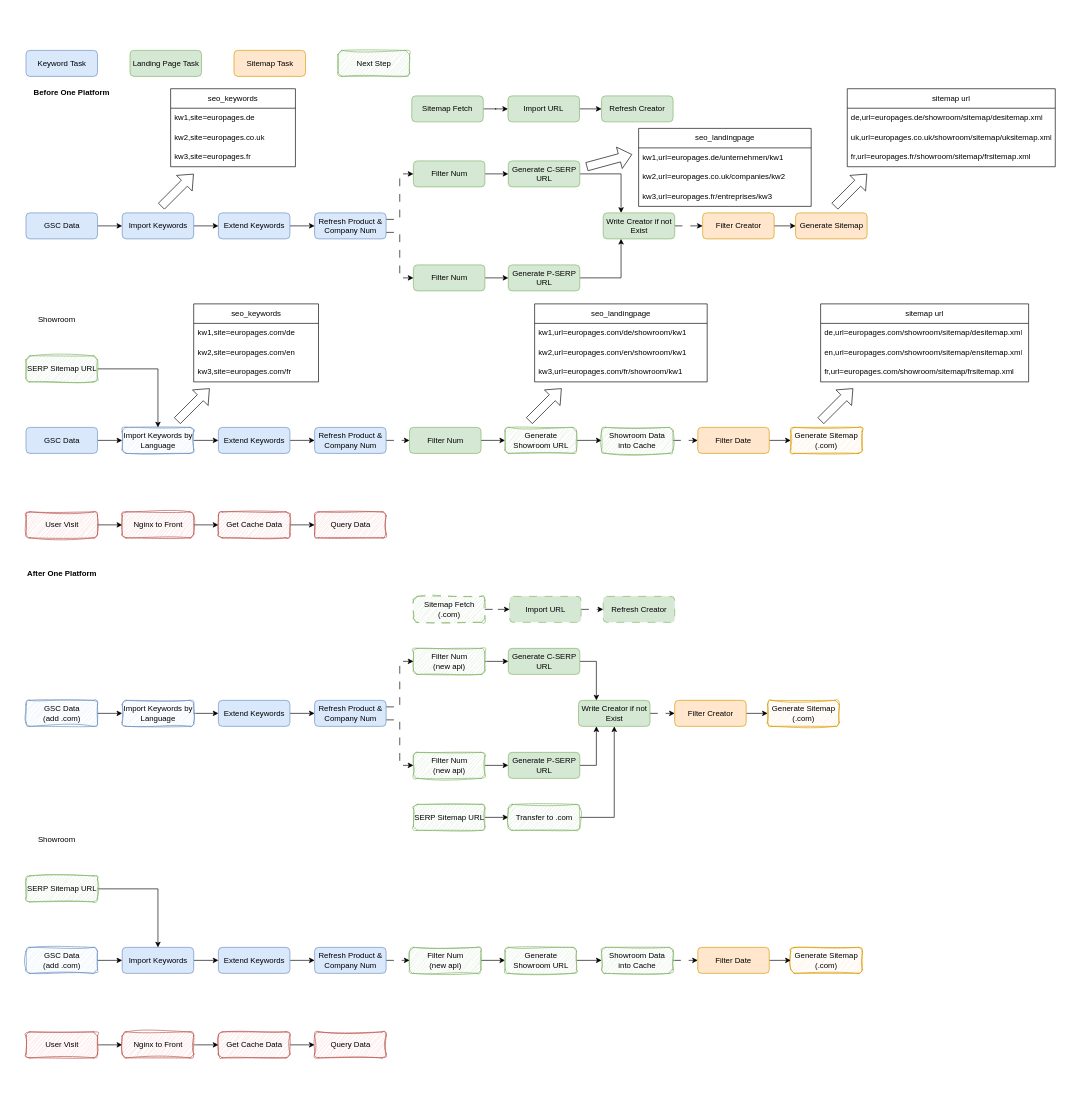
Earlier version of the draw.io diagram drawio/ep_sitemap.drawio (VisableHarry/seo-drawio). Source tidied: cells renumbered, new cells numbered last; positions are measured from the earlier drawing's top-left corner, leaving out a move shared by most shapes. Both pictures are drawn from the tidied source at 65%, with x=0, y=0 at pixel (21, 50).
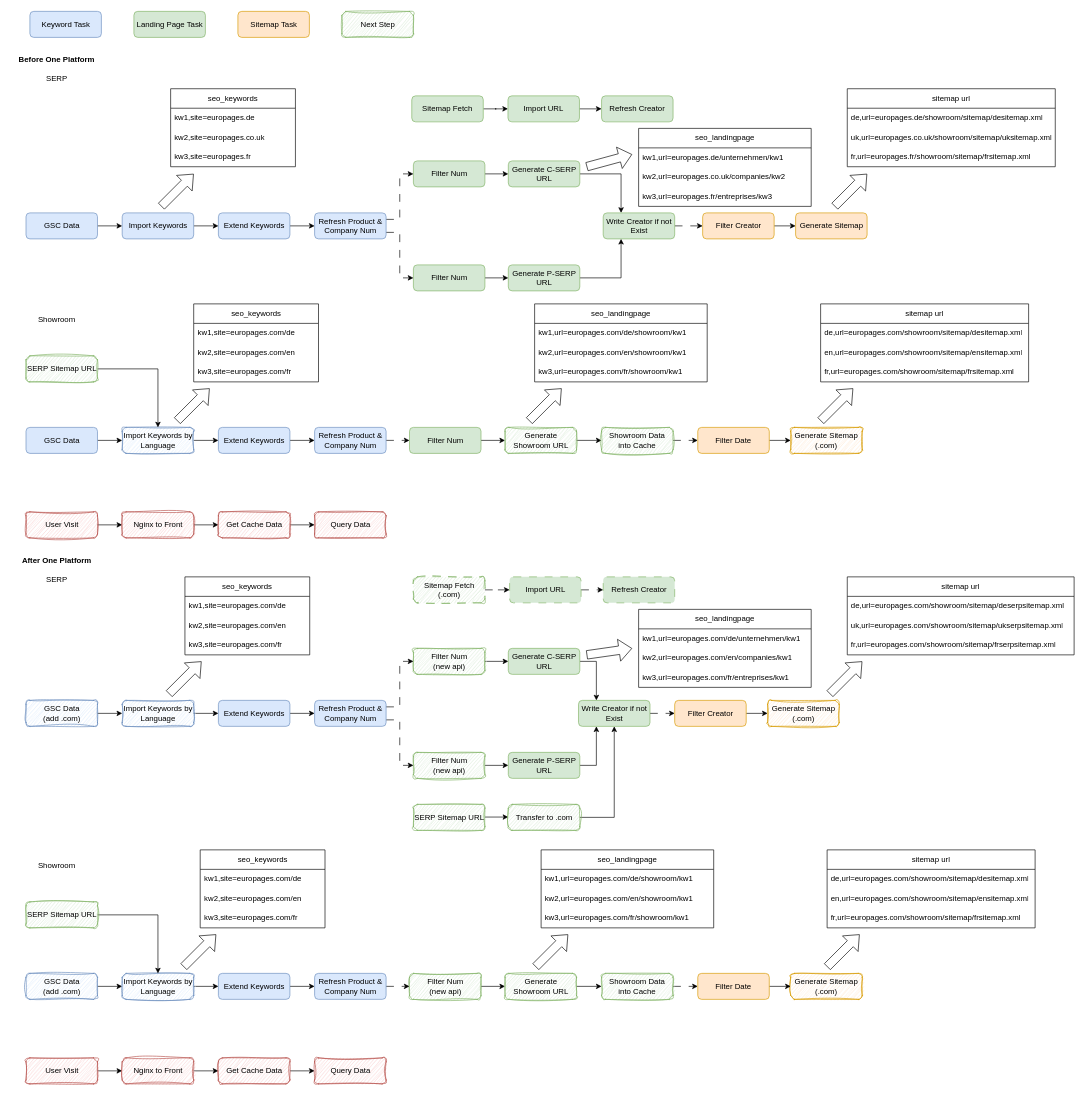
After the change.

Unchanged cells that the change refers to:
```xml
<mxCell id="61" value="SERP Sitemap URL" style="rounded=1;whiteSpace=wrap;html=1;fillColor=#d5e8d4;strokeColor=#82b366;sketch=1;curveFitting=1;jiggle=2;" parent="1" vertex="1">
  <mxGeometry x="603.5" y="1160" width="110" height="40" as="geometry" />
</mxCell>
<mxCell id="63" value="Transfer to .com" style="rounded=1;whiteSpace=wrap;html=1;fillColor=#d5e8d4;strokeColor=#82b366;sketch=1;curveFitting=1;jiggle=2;" parent="1" vertex="1">
  <mxGeometry x="749.5" y="1160" width="110" height="40" as="geometry" />
</mxCell>
```

What changed in the source:
```diff
@@
     <mxCell id="23" value="Keyword Task" style="rounded=1;whiteSpace=wrap;html=1;fillColor=#dae8fc;strokeColor=#6c8ebf;" parent="1" vertex="1">
-      <mxGeometry x="7.5" width="110" height="40" as="geometry" />
+      <mxGeometry x="13.5" y="-60" width="110" height="40" as="geometry" />
     </mxCell>
     <mxCell id="24" value="Landing Page Task" style="rounded=1;whiteSpace=wrap;html=1;fillColor=#d5e8d4;strokeColor=#82b366;" parent="1" vertex="1">
-      <mxGeometry x="167.5" width="110" height="40" as="geometry" />
+      <mxGeometry x="173.5" y="-60" width="110" height="40" as="geometry" />
     </mxCell>
     <mxCell id="25" value="Sitemap Task" style="rounded=1;whiteSpace=wrap;html=1;fillColor=#ffe6cc;strokeColor=#d79b00;" parent="1" vertex="1">
-      <mxGeometry x="327.5" width="110" height="40" as="geometry" />
+      <mxGeometry x="333.5" y="-60" width="110" height="40" as="geometry" />
     </mxCell>
@@
     <mxCell id="29" value="Next Step" style="rounded=1;whiteSpace=wrap;html=1;fillColor=#d5e8d4;strokeColor=#82b366;sketch=1;curveFitting=1;jiggle=2;" parent="1" vertex="1">
-      <mxGeometry x="487.5" width="110" height="40" as="geometry" />
+      <mxGeometry x="493.5" y="-60" width="110" height="40" as="geometry" />
     </mxCell>
@@
     <mxCell id="33" value="After One Platform" style="text;html=1;align=center;verticalAlign=middle;whiteSpace=wrap;rounded=0;fontStyle=1;" parent="1" vertex="1">
-      <mxGeometry x="7.5" y="790" width="110" height="30" as="geometry" />
+      <mxGeometry y="770" width="110" height="30" as="geometry" />
     </mxCell>
@@
     <mxCell id="48" value="Sitemap Fetch&lt;div&gt;(.com)&lt;/div&gt;" style="rounded=1;whiteSpace=wrap;html=1;fillColor=#d5e8d4;strokeColor=#82b366;sketch=1;curveFitting=1;jiggle=2;dashed=1;dashPattern=12 12;" parent="1" vertex="1">
-      <mxGeometry x="603.5" y="840" width="110" height="40" as="geometry" />
+      <mxGeometry x="603.5" y="810" width="110" height="40" as="geometry" />
     </mxCell>
@@
     <mxCell id="53" value="Import URL" style="rounded=1;whiteSpace=wrap;html=1;fillColor=#d5e8d4;strokeColor=#82b366;dashed=1;dashPattern=12 12;" parent="1" vertex="1">
-      <mxGeometry x="751.5" y="840" width="110" height="40" as="geometry" />
+      <mxGeometry x="751.5" y="810" width="110" height="40" as="geometry" />
     </mxCell>
     <mxCell id="54" value="Refresh Creator" style="rounded=1;whiteSpace=wrap;html=1;fillColor=#d5e8d4;strokeColor=#82b366;dashed=1;dashPattern=12 12;" parent="1" vertex="1">
-      <mxGeometry x="895.5" y="840" width="110" height="40" as="geometry" />
+      <mxGeometry x="895.5" y="810" width="110" height="40" as="geometry" />
     </mxCell>
@@
-    <mxCell id="60" style="edgeStyle=orthogonalEdgeStyle;rounded=0;jettySize=auto;html=1;exitX=1;exitY=0.5;exitDx=0;exitDy=0;entryX=0;entryY=0.5;entryDx=0;entryDy=0;" parent="1" edge="1" source="61" target="63">
-      <mxGeometry relative="1" as="geometry" />
+    <mxCell id="60" style="edgeStyle=orthogonalEdgeStyle;rounded=0;orthogonalLoop=1;jettySize=auto;html=1;exitX=1;exitY=0.5;exitDx=0;exitDy=0;entryX=0;entryY=0.5;entryDx=0;entryDy=0;" parent="1" edge="1">
+      <mxGeometry relative="1" as="geometry">
+        <mxPoint x="713.5" y="1179.5" as="sourcePoint" />
+        <mxPoint x="749.5" y="1179.5" as="targetPoint" />
+      </mxGeometry>
     </mxCell>
@@
     <mxCell id="64" value="Showroom" style="text;html=1;align=center;verticalAlign=middle;whiteSpace=wrap;rounded=0;" parent="1" vertex="1">
-      <mxGeometry y="1200" width="110" height="30" as="geometry" />
+      <mxGeometry y="1240" width="110" height="30" as="geometry" />
     </mxCell>
@@
     <mxCell id="66" value="GSC Data&lt;div&gt;(add .com)&lt;/div&gt;" style="rounded=1;whiteSpace=wrap;html=1;fillColor=#dae8fc;strokeColor=#6c8ebf;sketch=1;curveFitting=1;jiggle=2;" parent="1" vertex="1">
-      <mxGeometry x="7.5" y="1380" width="110" height="40" as="geometry" />
+      <mxGeometry x="7.5" y="1420" width="110" height="40" as="geometry" />
     </mxCell>
@@
-    <mxCell id="68" value="Import Keywords" style="rounded=1;whiteSpace=wrap;html=1;fillColor=#dae8fc;strokeColor=#6c8ebf;" parent="1" vertex="1">
-      <mxGeometry x="155.5" y="1380" width="110" height="40" as="geometry" />
+    <mxCell id="68" value="Import Keywords by Language" style="rounded=1;whiteSpace=wrap;html=1;fillColor=#dae8fc;strokeColor=#6c8ebf;sketch=1;curveFitting=1;jiggle=2;" parent="1" vertex="1">
+      <mxGeometry x="155.5" y="1420" width="110" height="40" as="geometry" />
     </mxCell>
@@
     <mxCell id="70" value="Extend Keywords" style="rounded=1;whiteSpace=wrap;html=1;fillColor=#dae8fc;strokeColor=#6c8ebf;" parent="1" vertex="1">
-      <mxGeometry x="303.5" y="1380" width="110" height="40" as="geometry" />
+      <mxGeometry x="303.5" y="1420" width="110" height="40" as="geometry" />
     </mxCell>
@@
     <mxCell id="72" value="Filter Num&lt;div&gt;(new api)&lt;/div&gt;" style="rounded=1;whiteSpace=wrap;html=1;fillColor=#d5e8d4;strokeColor=#82b366;sketch=1;curveFitting=1;jiggle=2;" parent="1" vertex="1">
-      <mxGeometry x="597.5" y="1380" width="110" height="40" as="geometry" />
+      <mxGeometry x="597.5" y="1420" width="110" height="40" as="geometry" />
     </mxCell>
@@
     <mxCell id="74" value="Generate Showroom URL" style="rounded=1;whiteSpace=wrap;html=1;fillColor=#d5e8d4;strokeColor=#82b366;sketch=1;curveFitting=1;jiggle=2;" parent="1" vertex="1">
-      <mxGeometry x="744.5" y="1380" width="110" height="40" as="geometry" />
+      <mxGeometry x="744.5" y="1420" width="110" height="40" as="geometry" />
     </mxCell>
@@
     <mxCell id="76" value="Showroom Data into Cache" style="rounded=1;whiteSpace=wrap;html=1;fillColor=#d5e8d4;strokeColor=#82b366;sketch=1;curveFitting=1;jiggle=2;" parent="1" vertex="1">
-      <mxGeometry x="893" y="1380" width="110" height="40" as="geometry" />
+      <mxGeometry x="893" y="1420" width="110" height="40" as="geometry" />
     </mxCell>
     <mxCell id="77" value="Generate Sitemap&lt;div&gt;(.com)&lt;/div&gt;" style="rounded=1;whiteSpace=wrap;html=1;fillColor=#ffe6cc;strokeColor=#d79b00;sketch=1;curveFitting=1;jiggle=2;" parent="1" vertex="1">
-      <mxGeometry x="1184" y="1380" width="110" height="40" as="geometry" />
+      <mxGeometry x="1184" y="1420" width="110" height="40" as="geometry" />
     </mxCell>
@@
     <mxCell id="79" value="Filter Date" style="rounded=1;whiteSpace=wrap;html=1;fillColor=#ffe6cc;strokeColor=#d79b00;" parent="1" vertex="1">
-      <mxGeometry x="1041" y="1380" width="110" height="40" as="geometry" />
+      <mxGeometry x="1041" y="1420" width="110" height="40" as="geometry" />
     </mxCell>
@@
     <mxCell id="81" value="Refresh Product &amp;amp; Company Num" style="rounded=1;whiteSpace=wrap;html=1;fillColor=#dae8fc;strokeColor=#6c8ebf;" parent="1" vertex="1">
-      <mxGeometry x="451.5" y="1380" width="110" height="40" as="geometry" />
+      <mxGeometry x="451.5" y="1420" width="110" height="40" as="geometry" />
     </mxCell>
@@
     <mxCell id="83" value="SERP Sitemap URL" style="rounded=1;whiteSpace=wrap;html=1;fillColor=#d5e8d4;strokeColor=#82b366;sketch=1;curveFitting=1;jiggle=2;" parent="1" vertex="1">
-      <mxGeometry x="7.5" y="1270" width="110" height="40" as="geometry" />
+      <mxGeometry x="7.5" y="1310" width="110" height="40" as="geometry" />
     </mxCell>
@@
     <mxCell id="85" value="User Visit" style="rounded=1;whiteSpace=wrap;html=1;fillColor=#f8cecc;strokeColor=#b85450;sketch=1;curveFitting=1;jiggle=2;" parent="1" vertex="1">
-      <mxGeometry x="7.5" y="1510" width="110" height="40" as="geometry" />
+      <mxGeometry x="7.5" y="1550" width="110" height="40" as="geometry" />
     </mxCell>
     <mxCell id="86" style="edgeStyle=orthogonalEdgeStyle;rounded=0;jettySize=auto;html=1;exitX=1;exitY=0.5;exitDx=0;exitDy=0;entryX=0;entryY=0.5;entryDx=0;entryDy=0;" parent="1" edge="1" source="87">
       <mxGeometry relative="1" as="geometry">
-        <mxPoint x="303.5" y="1530" as="targetPoint" />
+        <mxPoint x="303.5" y="1570" as="targetPoint" />
       </mxGeometry>
     </mxCell>
     <mxCell id="87" value="Nginx to Front" style="rounded=1;whiteSpace=wrap;html=1;fillColor=#f8cecc;strokeColor=#b85450;sketch=1;curveFitting=1;jiggle=2;" parent="1" vertex="1">
-      <mxGeometry x="155.5" y="1510" width="110" height="40" as="geometry" />
+      <mxGeometry x="155.5" y="1550" width="110" height="40" as="geometry" />
     </mxCell>
@@
     <mxCell id="115" value="Before One Platform" style="text;html=1;align=center;verticalAlign=middle;whiteSpace=wrap;rounded=0;fontStyle=1;" parent="1" vertex="1">
-      <mxGeometry x="7.5" y="50" width="140" height="30" as="geometry" />
+      <mxGeometry x="-15" y="-1" width="140" height="30" as="geometry" />
     </mxCell>
@@
     <mxCell id="117" value="Get Cache Data" style="rounded=1;whiteSpace=wrap;html=1;fillColor=#f8cecc;strokeColor=#b85450;sketch=1;curveFitting=1;jiggle=2;" parent="1" vertex="1">
-      <mxGeometry x="303.5" y="1510" width="110" height="40" as="geometry" />
+      <mxGeometry x="303.5" y="1550" width="110" height="40" as="geometry" />
     </mxCell>
     <mxCell id="118" value="Query Data" style="rounded=1;whiteSpace=wrap;html=1;fillColor=#f8cecc;strokeColor=#b85450;sketch=1;curveFitting=1;jiggle=2;" parent="1" vertex="1">
-      <mxGeometry x="451.5" y="1510" width="110" height="40" as="geometry" />
+      <mxGeometry x="451.5" y="1550" width="110" height="40" as="geometry" />
     </mxCell>
@@
+    <mxCell id="150" value="seo_keywords" style="swimlane;fontStyle=0;horizontal=1;startSize=30;whiteSpace=wrap;html=1;" parent="1" vertex="1">
+      <mxGeometry x="252" y="810" width="192" height="120" as="geometry" />
+    </mxCell>
+    <mxCell id="151" value="kw1,site=europages.com/de" style="text;strokeColor=none;fillColor=none;align=left;verticalAlign=middle;spacingLeft=4;spacingRight=4;overflow=hidden;whiteSpace=wrap;html=1;" parent="150" vertex="1">
+      <mxGeometry y="30" width="192" height="30" as="geometry" />
+    </mxCell>
+    <mxCell id="152" value="kw2,site=europages.com/en" style="text;strokeColor=none;fillColor=none;align=left;verticalAlign=middle;spacingLeft=4;spacingRight=4;overflow=hidden;whiteSpace=wrap;html=1;" parent="150" vertex="1">
+      <mxGeometry y="60" width="192" height="30" as="geometry" />
+    </mxCell>
+    <mxCell id="153" value="kw3,site=europages.com/fr" style="text;strokeColor=none;fillColor=none;align=left;verticalAlign=middle;spacingLeft=4;spacingRight=4;overflow=hidden;whiteSpace=wrap;html=1;" parent="150" vertex="1">
+      <mxGeometry y="90" width="192" height="30" as="geometry" />
+    </mxCell>
+    <mxCell id="154" style="shape=flexArrow;endArrow=classic;html=1;rounded=0;width=13;endSize=6.27;" parent="1" edge="1">
+      <mxGeometry relative="1" as="geometry">
+        <mxPoint x="227.5" y="990" as="sourcePoint" />
+        <mxPoint x="277.5" y="940" as="targetPoint" />
+      </mxGeometry>
+    </mxCell>
+    <mxCell id="155" value="seo_landingpage" style="swimlane;fontStyle=0;horizontal=1;startSize=30;whiteSpace=wrap;html=1;" parent="1" vertex="1">
+      <mxGeometry x="950" y="860" width="265.5" height="120" as="geometry" />
+    </mxCell>
+    <mxCell id="156" value="kw1,url=europages.com/de/unternehmen/kw1" style="text;strokeColor=none;fillColor=none;align=left;verticalAlign=middle;spacingLeft=4;spacingRight=4;overflow=hidden;whiteSpace=wrap;html=1;" parent="155" vertex="1">
+      <mxGeometry y="30" width="265.5" height="30" as="geometry" />
+    </mxCell>
+    <mxCell id="157" value="kw2,url=europages.com/en/companies/kw1" style="text;strokeColor=none;fillColor=none;align=left;verticalAlign=middle;spacingLeft=4;spacingRight=4;overflow=hidden;whiteSpace=wrap;html=1;" parent="155" vertex="1">
+      <mxGeometry y="60" width="265.5" height="30" as="geometry" />
+    </mxCell>
+    <mxCell id="158" value="kw3,url=europages.com/fr/entreprises/kw1" style="text;strokeColor=none;fillColor=none;align=left;verticalAlign=middle;spacingLeft=4;spacingRight=4;overflow=hidden;whiteSpace=wrap;html=1;" parent="155" vertex="1">
+      <mxGeometry y="90" width="265.5" height="30" as="geometry" />
+    </mxCell>
+    <mxCell id="159" style="shape=flexArrow;endArrow=classic;html=1;rounded=0;width=13;endSize=6.27;" parent="1" edge="1">
+      <mxGeometry relative="1" as="geometry">
+        <mxPoint x="870" y="930" as="sourcePoint" />
+        <mxPoint x="940" y="920" as="targetPoint" />
+      </mxGeometry>
+    </mxCell>
+    <mxCell id="160" value="sitemap url" style="swimlane;fontStyle=0;horizontal=1;startSize=30;whiteSpace=wrap;html=1;" parent="1" vertex="1">
+      <mxGeometry x="1271" y="810" width="349" height="120" as="geometry" />
+    </mxCell>
+    <mxCell id="161" value="de,url=europages.com/showroom/sitemap/deserpsitemap.xml" style="text;strokeColor=none;fillColor=none;align=left;verticalAlign=middle;spacingLeft=4;spacingRight=4;overflow=hidden;whiteSpace=wrap;html=1;" parent="160" vertex="1">
+      <mxGeometry y="30" width="349" height="30" as="geometry" />
+    </mxCell>
+    <mxCell id="162" value="uk,url=europages.com/showroom/sitemap/ukserpsitemap.xml" style="text;strokeColor=none;fillColor=none;align=left;verticalAlign=middle;spacingLeft=4;spacingRight=4;overflow=hidden;whiteSpace=wrap;html=1;" parent="160" vertex="1">
+      <mxGeometry y="60" width="349" height="30" as="geometry" />
+    </mxCell>
+    <mxCell id="163" value="fr,url=europages.com/showroom/sitemap/frserpsitemap.xml" style="text;strokeColor=none;fillColor=none;align=left;verticalAlign=middle;spacingLeft=4;spacingRight=4;overflow=hidden;whiteSpace=wrap;html=1;" parent="160" vertex="1">
+      <mxGeometry y="90" width="349" height="30" as="geometry" />
+    </mxCell>
+    <mxCell id="164" style="shape=flexArrow;endArrow=classic;html=1;rounded=0;width=13;endSize=6.27;" parent="1" edge="1">
+      <mxGeometry relative="1" as="geometry">
+        <mxPoint x="1244" y="990" as="sourcePoint" />
+        <mxPoint x="1294" y="940" as="targetPoint" />
+      </mxGeometry>
+    </mxCell>
+    <mxCell id="165" value="seo_keywords" style="swimlane;fontStyle=0;horizontal=1;startSize=30;whiteSpace=wrap;html=1;" parent="1" vertex="1">
+      <mxGeometry x="275.5" y="1230" width="192" height="120" as="geometry" />
+    </mxCell>
+    <mxCell id="166" value="kw1,site=europages.com/de" style="text;strokeColor=none;fillColor=none;align=left;verticalAlign=middle;spacingLeft=4;spacingRight=4;overflow=hidden;whiteSpace=wrap;html=1;" parent="165" vertex="1">
+      <mxGeometry y="30" width="192" height="30" as="geometry" />
+    </mxCell>
+    <mxCell id="167" value="kw2,site=europages.com/en" style="text;strokeColor=none;fillColor=none;align=left;verticalAlign=middle;spacingLeft=4;spacingRight=4;overflow=hidden;whiteSpace=wrap;html=1;" parent="165" vertex="1">
+      <mxGeometry y="60" width="192" height="30" as="geometry" />
+    </mxCell>
+    <mxCell id="168" value="kw3,site=europages.com/fr" style="text;strokeColor=none;fillColor=none;align=left;verticalAlign=middle;spacingLeft=4;spacingRight=4;overflow=hidden;whiteSpace=wrap;html=1;" parent="165" vertex="1">
+      <mxGeometry y="90" width="192" height="30" as="geometry" />
+    </mxCell>
+    <mxCell id="169" style="shape=flexArrow;endArrow=classic;html=1;rounded=0;width=13;endSize=6.27;" parent="1" edge="1">
+      <mxGeometry relative="1" as="geometry">
+        <mxPoint x="250" y="1410" as="sourcePoint" />
+        <mxPoint x="300" y="1360" as="targetPoint" />
+      </mxGeometry>
+    </mxCell>
+    <mxCell id="170" value="seo_landingpage" style="swimlane;fontStyle=0;horizontal=1;startSize=30;whiteSpace=wrap;html=1;" parent="1" vertex="1">
+      <mxGeometry x="800" y="1230" width="265.5" height="120" as="geometry" />
+    </mxCell>
+    <mxCell id="171" value="kw1,url=europages.com/de/showroom/kw1" style="text;strokeColor=none;fillColor=none;align=left;verticalAlign=middle;spacingLeft=4;spacingRight=4;overflow=hidden;whiteSpace=wrap;html=1;" parent="170" vertex="1">
+      <mxGeometry y="30" width="265.5" height="30" as="geometry" />
+    </mxCell>
+    <mxCell id="172" value="kw2,url=europages.com/en/showroom/kw1" style="text;strokeColor=none;fillColor=none;align=left;verticalAlign=middle;spacingLeft=4;spacingRight=4;overflow=hidden;whiteSpace=wrap;html=1;" parent="170" vertex="1">
+      <mxGeometry y="60" width="265.5" height="30" as="geometry" />
+    </mxCell>
+    <mxCell id="173" value="kw3,url=europages.com/fr/showroom/kw1" style="text;strokeColor=none;fillColor=none;align=left;verticalAlign=middle;spacingLeft=4;spacingRight=4;overflow=hidden;whiteSpace=wrap;html=1;" parent="170" vertex="1">
+      <mxGeometry y="90" width="265.5" height="30" as="geometry" />
+    </mxCell>
+    <mxCell id="174" style="shape=flexArrow;endArrow=classic;html=1;rounded=0;width=13;endSize=6.27;" parent="1" edge="1">
+      <mxGeometry relative="1" as="geometry">
+        <mxPoint x="791.5" y="1410" as="sourcePoint" />
+        <mxPoint x="841.5" y="1360" as="targetPoint" />
+      </mxGeometry>
+    </mxCell>
+    <mxCell id="175" value="sitemap url" style="swimlane;fontStyle=0;horizontal=1;startSize=30;whiteSpace=wrap;html=1;" parent="1" vertex="1">
+      <mxGeometry x="1240" y="1230" width="320" height="120" as="geometry" />
+    </mxCell>
+    <mxCell id="176" value="de,url=europages.com/showroom/sitemap/desitemap.xml" style="text;strokeColor=none;fillColor=none;align=left;verticalAlign=middle;spacingLeft=4;spacingRight=4;overflow=hidden;whiteSpace=wrap;html=1;" parent="175" vertex="1">
+      <mxGeometry y="30" width="320" height="30" as="geometry" />
+    </mxCell>
+    <mxCell id="177" value="en,url=europages.com/showroom/sitemap/ensitemap.xml" style="text;strokeColor=none;fillColor=none;align=left;verticalAlign=middle;spacingLeft=4;spacingRight=4;overflow=hidden;whiteSpace=wrap;html=1;" parent="175" vertex="1">
+      <mxGeometry y="60" width="320" height="30" as="geometry" />
+    </mxCell>
+    <mxCell id="178" value="fr,url=europages.com/showroom/sitemap/frsitemap.xml" style="text;strokeColor=none;fillColor=none;align=left;verticalAlign=middle;spacingLeft=4;spacingRight=4;overflow=hidden;whiteSpace=wrap;html=1;" parent="175" vertex="1">
+      <mxGeometry y="90" width="320" height="30" as="geometry" />
+    </mxCell>
+    <mxCell id="179" style="shape=flexArrow;endArrow=classic;html=1;rounded=0;width=13;endSize=6.27;" parent="1" edge="1">
+      <mxGeometry relative="1" as="geometry">
+        <mxPoint x="1240" y="1410" as="sourcePoint" />
+        <mxPoint x="1290" y="1360" as="targetPoint" />
+      </mxGeometry>
+    </mxCell>
+    <mxCell id="180" value="SERP" style="text;html=1;align=center;verticalAlign=middle;whiteSpace=wrap;rounded=0;" parent="1" vertex="1">
+      <mxGeometry y="29" width="110" height="30" as="geometry" />
+    </mxCell>
+    <mxCell id="181" value="SERP" style="text;html=1;align=center;verticalAlign=middle;whiteSpace=wrap;rounded=0;" parent="1" vertex="1">
+      <mxGeometry y="800" width="110" height="30" as="geometry" />
+    </mxCell>
```
